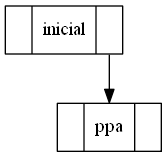
Earlier version of the Graphviz export im_img_rep.png (elimazariegos/EDD_2S2019_PY1_201709426). Its source is kept beside it as im_img_rep.dot.
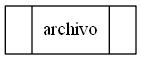
Later version of the same file.

Diff of the diagram source:
```diff
@@ -1,7 +1,5 @@
 digraph g{
 node [shape = record, heigth=.1];
-capainicial[label= "<f0>|<f1>inicial|<f2>"];
-"capainicial":f2 -> "capappa":f1;
-capappa[label= "<f0>|<f1>ppa|<f2>"];
+capaarchivo[label= "<f0>|<f1>archivo|<f2>"];
 
 }
```
